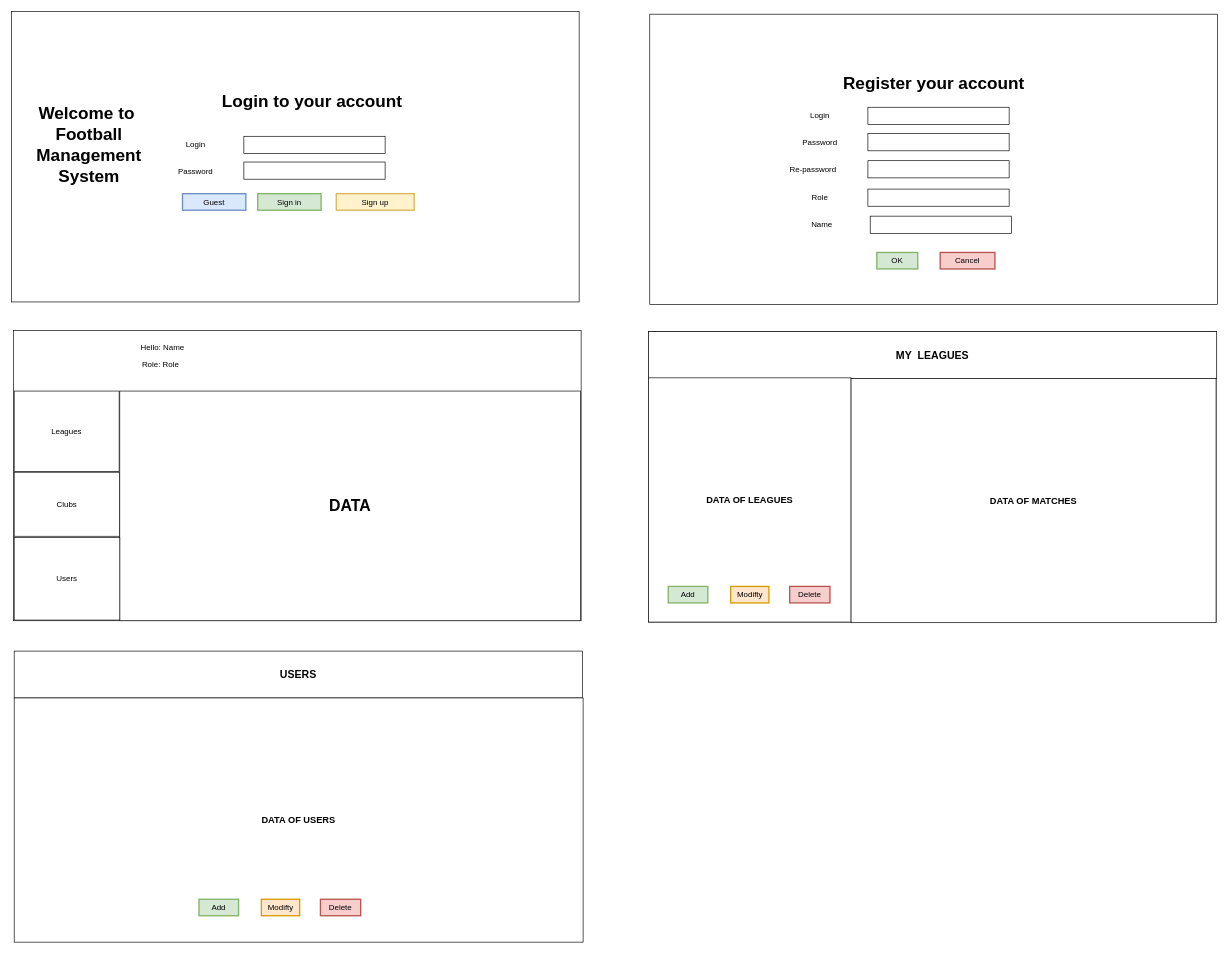
Before: page "Page-7" (7 of 8) of lab_01/ppo.drawio in hieubichpro/BMSTU-Web, a draw.io diagram. Source tidied: cells renumbered, new cells numbered last; positions are measured from the earlier drawing's top-left corner, leaving out a move shared by most shapes. Both pictures are drawn from the tidied source at 66%, with x=0, y=0 at pixel (11, 11).
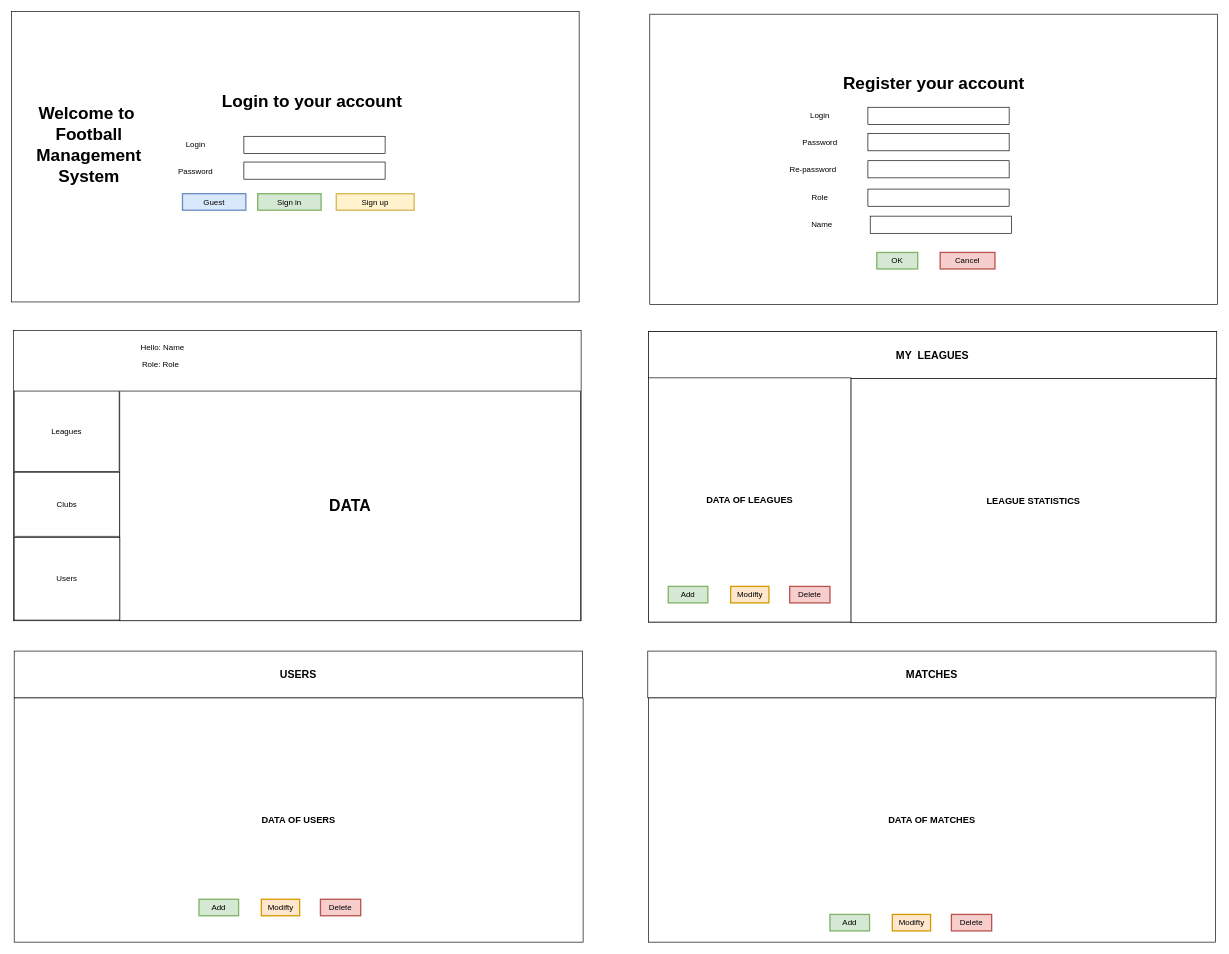
The same diagram, later.

Diff of the diagram source:
```diff
@@
-    <mxCell id="36" value="&lt;b&gt;&lt;font style=&quot;font-size: 14px;&quot;&gt;DATA OF MATCHES&lt;/font&gt;&lt;/b&gt;" style="rounded=0;whiteSpace=wrap;html=1;" parent="1" vertex="1">
+    <mxCell id="36" value="&lt;span style=&quot;font-size: 14px;&quot;&gt;&lt;b&gt;LEAGUE STATISTICS&lt;/b&gt;&lt;/span&gt;" style="rounded=0;whiteSpace=wrap;html=1;" parent="1" vertex="1">
       <mxGeometry x="1272" y="556" width="553" height="370" as="geometry" />
     </mxCell>
@@
+    <mxCell id="45" value="&lt;b&gt;&lt;font style=&quot;font-size: 16px;&quot;&gt;MATCHES&lt;/font&gt;&lt;/b&gt;" style="rounded=0;whiteSpace=wrap;html=1;strokeWidth=1;" parent="1" vertex="1">
+      <mxGeometry x="964" y="969" width="861" height="71" as="geometry" />
+    </mxCell>
+    <mxCell id="46" value="&lt;b&gt;&lt;font style=&quot;font-size: 14px;&quot;&gt;DATA OF MATCHES&lt;/font&gt;&lt;/b&gt;" style="rounded=0;whiteSpace=wrap;html=1;" parent="1" vertex="1">
+      <mxGeometry x="965" y="1040" width="859" height="370" as="geometry" />
+    </mxCell>
+    <mxCell id="47" value="Modifty" style="rounded=0;whiteSpace=wrap;html=1;strokeWidth=2;fillColor=#ffe6cc;strokeColor=#d79b00;" parent="1" vertex="1">
+      <mxGeometry x="1334.5" y="1368" width="58" height="25" as="geometry" />
+    </mxCell>
+    <mxCell id="48" value="Add" style="rounded=0;whiteSpace=wrap;html=1;strokeWidth=2;fillColor=#d5e8d4;strokeColor=#82b366;" parent="1" vertex="1">
+      <mxGeometry x="1240" y="1368" width="60" height="25" as="geometry" />
+    </mxCell>
+    <mxCell id="49" value="Delete" style="rounded=0;whiteSpace=wrap;html=1;strokeWidth=2;fillColor=#f8cecc;strokeColor=#b85450;" parent="1" vertex="1">
+      <mxGeometry x="1424" y="1368" width="61" height="25" as="geometry" />
+    </mxCell>
```
